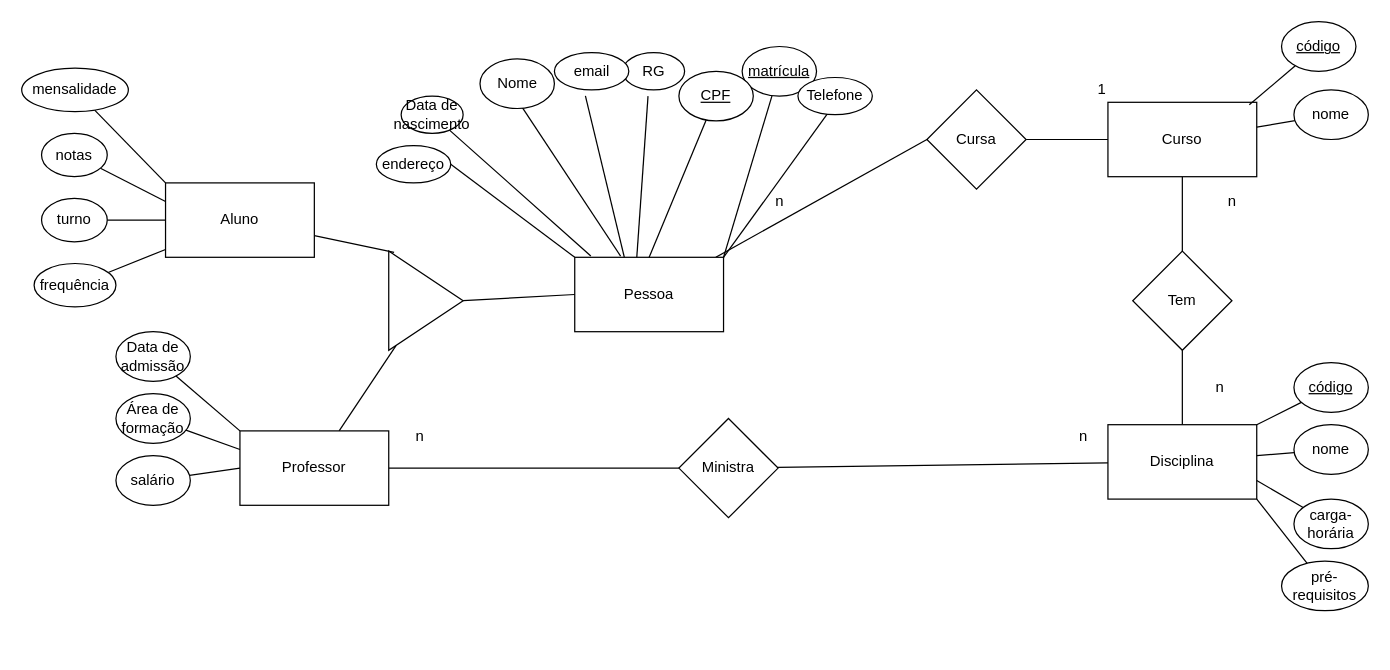
ana-clara-candida/mdc053 keeps this draw.io diagram as diagramas/Diagrama sem nome.drawio. Above is the earlier version. Source tidied: cells renumbered, new cells numbered last; positions are measured from the earlier drawing's top-left corner, leaving out a move shared by most shapes. Both pictures are drawn from the tidied source at 124%, with x=0, y=0 at pixel (21, 21).
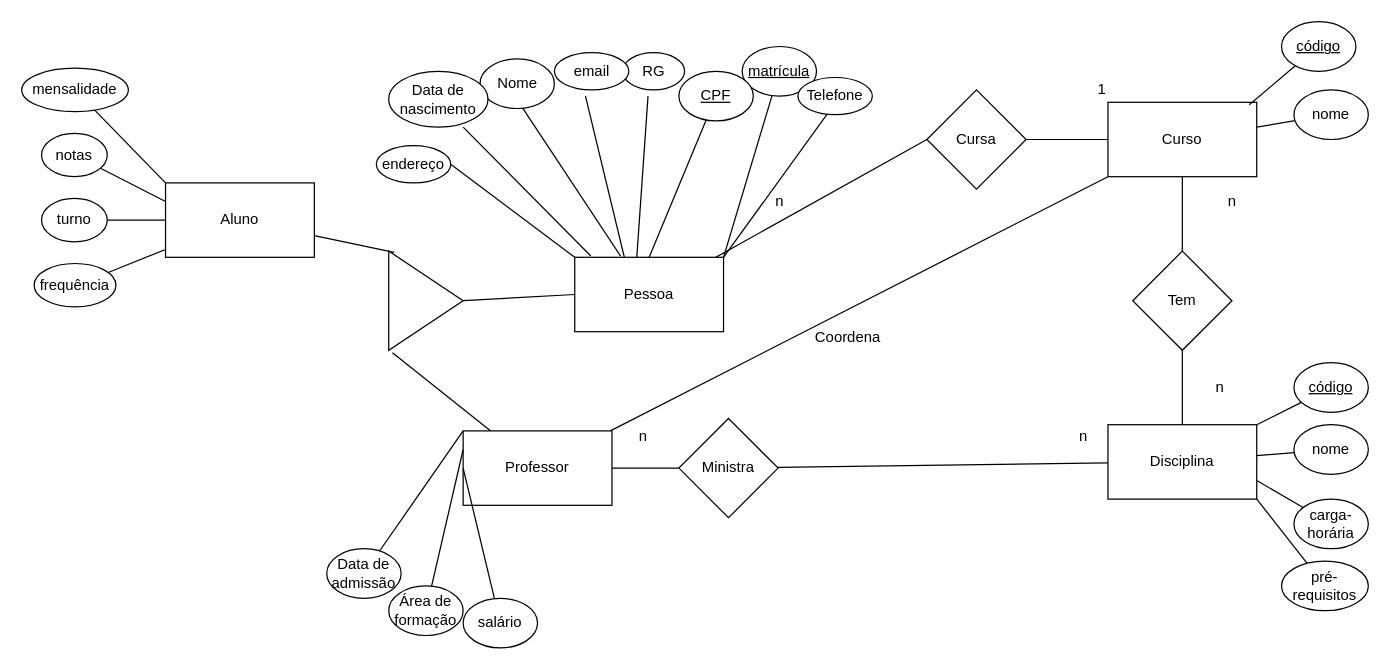
After the change.

The change refers to these unchanged cells:
```xml
<mxCell id="4" value="Pessoa" style="rounded=0;whiteSpace=wrap;html=1;" parent="1" vertex="1">
  <mxGeometry x="446" y="190" width="120" height="60" as="geometry" />
</mxCell>
<mxCell id="17" value="Curso" style="rounded=0;whiteSpace=wrap;html=1;" parent="1" vertex="1">
  <mxGeometry x="876" y="65" width="120" height="60" as="geometry" />
</mxCell>
<mxCell id="49" style="triangle;whiteSpace=wrap;html=1;" parent="1" vertex="1">
  <mxGeometry x="296" y="185" width="60" height="80" as="geometry" />
</mxCell>
```

Change to the diagram source:
```diff
@@
-    <mxCell id="2" style="rounded=0;jettySize=auto;html=1;endArrow=none;endFill=0;exitX=0.108;exitY=-0.017;exitDx=0;exitDy=0;exitPerimeter=0;" parent="1" edge="1" source="4" target="11">
+    <mxCell id="2" style="rounded=0;jettySize=auto;html=1;endArrow=none;endFill=0;exitX=0.108;exitY=-0.017;exitDx=0;exitDy=0;exitPerimeter=0;entryX=0.25;entryY=0;entryDx=0;entryDy=0;entryPerimeter=0;" parent="1" edge="1" source="4" target="11">
       <mxGeometry relative="1" as="geometry" />
     </mxCell>
@@
     <mxCell id="11" value="Data de nascimento" style="ellipse;whiteSpace=wrap;html=1;direction=west;" parent="1" vertex="1">
-      <mxGeometry x="306" y="60" width="50" height="30" as="geometry" />
+      <mxGeometry x="296" y="40" width="80" height="45" as="geometry" />
     </mxCell>
@@
-    <mxCell id="36" style="edgeStyle=none;rounded=0;jettySize=auto;html=1;endArrow=none;endFill=0;" parent="1" edge="1" source="38" target="49">
+    <mxCell id="36" style="edgeStyle=none;rounded=0;jettySize=auto;html=1;endArrow=none;endFill=0;entryX=0.05;entryY=1.025;entryDx=0;entryDy=0;entryPerimeter=0;" parent="1" edge="1" source="38" target="49">
       <mxGeometry relative="1" as="geometry" />
     </mxCell>
@@
+    <mxCell id="68" style="rounded=0;jettySize=auto;html=1;entryX=0;entryY=1;entryDx=0;entryDy=0;endArrow=none;endFill=0;" parent="1" edge="1" source="38" target="17">
+      <mxGeometry relative="1" as="geometry" />
+    </mxCell>
     <mxCell id="38" value="Professor" style="rounded=0;whiteSpace=wrap;html=1;" parent="1" vertex="1">
-      <mxGeometry x="176" y="330" width="120" height="60" as="geometry" />
+      <mxGeometry x="356" y="330" width="120" height="60" as="geometry" />
     </mxCell>
@@
     <mxCell id="52" value="Área de formação" style="ellipse;whiteSpace=wrap;html=1;direction=west;" parent="1" vertex="1">
-      <mxGeometry x="76" y="300" width="60" height="40" as="geometry" />
+      <mxGeometry x="296" y="455" width="60" height="40" as="geometry" />
     </mxCell>
@@
     <mxCell id="54" value="&lt;div&gt;salário&lt;br&gt;&lt;/div&gt;" style="ellipse;whiteSpace=wrap;html=1;direction=west;" parent="1" vertex="1">
-      <mxGeometry x="76" y="350" width="60" height="40" as="geometry" />
+      <mxGeometry x="356" y="465" width="60" height="40" as="geometry" />
     </mxCell>
@@
     <mxCell id="56" value="Data de admissão" style="ellipse;whiteSpace=wrap;html=1;direction=west;" parent="1" vertex="1">
-      <mxGeometry x="76" y="250" width="60" height="40" as="geometry" />
+      <mxGeometry x="246" y="425" width="60" height="40" as="geometry" />
     </mxCell>
@@
     <mxCell id="59" value="n" style="text;html=1;align=center;verticalAlign=middle;strokeColor=none;fillColor=none;" parent="1" vertex="1">
-      <mxGeometry x="306" y="320" width="30" height="30" as="geometry" />
+      <mxGeometry x="486" y="320" width="30" height="30" as="geometry" />
     </mxCell>
@@
+    <mxCell id="69" value="Coordena" style="text;html=1;align=center;verticalAlign=middle;strokeColor=none;fillColor=none;" parent="1" vertex="1">
+      <mxGeometry x="626" y="240" width="80" height="30" as="geometry" />
+    </mxCell>
```
